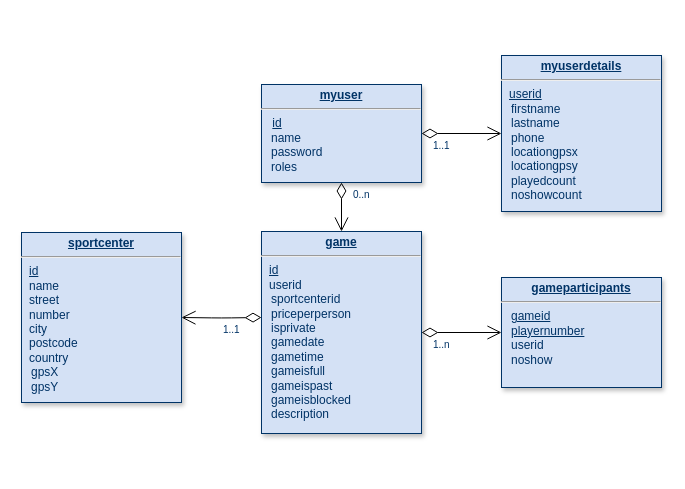
Earlier version of the draw.io diagram dbs schema.drawio (dicaros/BVapp). Source tidied: cells renumbered, new cells numbered last; positions are measured from the earlier drawing's top-left corner, leaving out a move shared by most shapes. Both pictures are drawn from the tidied source at 100%, with x=0, y=0 at pixel (21, 55).
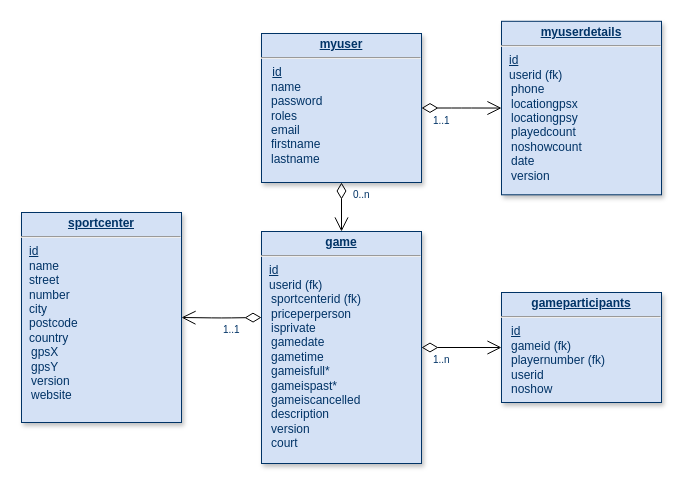
The same page after the edit.

Change to the diagram source:
```diff
@@
 <mxGraphModel background="#ffffff">
   <root>
     <mxCell id="0" />
     <mxCell id="1" parent="0" />
-    <mxCell id="2" value="&lt;p style=&quot;margin: 0px ; margin-top: 4px ; text-align: center ; text-decoration: underline&quot;&gt;&lt;strong&gt;game&lt;/strong&gt;&lt;/p&gt;&lt;hr&gt;&lt;p style=&quot;margin: 0px ; margin-left: 8px&quot;&gt;&lt;u&gt;id&lt;/u&gt;&lt;br&gt;&lt;/p&gt;&lt;p style=&quot;margin: 0px ; margin-left: 8px&quot;&gt;userid&lt;/p&gt;&lt;div&gt;&amp;nbsp;&amp;nbsp; sportcenterid&lt;/div&gt;&lt;div&gt;&amp;nbsp;&amp;nbsp; priceperperson&lt;br&gt;&lt;/div&gt;&lt;div&gt;&amp;nbsp;&amp;nbsp; isprivate&lt;/div&gt;&lt;div&gt;&amp;nbsp;&amp;nbsp; gamedate&lt;/div&gt;&lt;div&gt;&amp;nbsp;&amp;nbsp; gametime&lt;/div&gt;&lt;div&gt;&amp;nbsp;&amp;nbsp; gameisfull&lt;/div&gt;&lt;div&gt;&amp;nbsp;&amp;nbsp; gameispast&lt;/div&gt;&lt;div&gt;&amp;nbsp;&amp;nbsp; gameisblocked&lt;br&gt;&lt;/div&gt;&lt;div&gt;&amp;nbsp;&amp;nbsp; description&lt;br&gt;&lt;/div&gt;&lt;div&gt;&amp;nbsp;&amp;nbsp; &lt;br&gt;&lt;/div&gt;" style="verticalAlign=top;align=left;overflow=fill;fontSize=12;fontFamily=Helvetica;html=1;strokeColor=#003366;shadow=1;fillColor=#D4E1F5;fontColor=#003366;" parent="1" vertex="1">
-      <mxGeometry x="240" y="176" width="160" height="202" as="geometry" />
+    <mxCell id="2" value="&lt;p style=&quot;margin: 0px ; margin-top: 4px ; text-align: center ; text-decoration: underline&quot;&gt;&lt;strong&gt;game&lt;/strong&gt;&lt;/p&gt;&lt;hr&gt;&lt;p style=&quot;margin: 0px ; margin-left: 8px&quot;&gt;&lt;u&gt;id&lt;/u&gt;&lt;br&gt;&lt;/p&gt;&lt;p style=&quot;margin: 0px ; margin-left: 8px&quot;&gt;userid (fk)&lt;br&gt;&lt;/p&gt;&lt;div&gt;&amp;nbsp;&amp;nbsp; sportcenterid (fk)&lt;br&gt;&lt;/div&gt;&lt;div&gt;&amp;nbsp;&amp;nbsp; priceperperson&lt;br&gt;&lt;/div&gt;&lt;div&gt;&amp;nbsp;&amp;nbsp; isprivate&lt;/div&gt;&lt;div&gt;&amp;nbsp;&amp;nbsp; gamedate&lt;/div&gt;&lt;div&gt;&amp;nbsp;&amp;nbsp; gametime&lt;/div&gt;&lt;div&gt;&amp;nbsp;&amp;nbsp; gameisfull*&lt;/div&gt;&lt;div&gt;&amp;nbsp;&amp;nbsp; gameispast*&lt;/div&gt;&lt;div&gt;&amp;nbsp;&amp;nbsp; gameiscancelled&lt;br&gt;&lt;/div&gt;&lt;div&gt;&amp;nbsp;&amp;nbsp; description&lt;/div&gt;&lt;div&gt;&amp;nbsp;&amp;nbsp; version&lt;/div&gt;&lt;div&gt;&amp;nbsp;&amp;nbsp; court&lt;br&gt;&lt;/div&gt;&lt;div&gt;&amp;nbsp;&amp;nbsp; &lt;br&gt;&lt;/div&gt;" style="verticalAlign=top;align=left;overflow=fill;fontSize=12;fontFamily=Helvetica;html=1;strokeColor=#003366;shadow=1;fillColor=#D4E1F5;fontColor=#003366;" parent="1" vertex="1">
+      <mxGeometry x="240" y="176" width="160" height="232" as="geometry" />
     </mxCell>
-    <mxCell id="3" value="&lt;p style=&quot;margin: 0px ; margin-top: 4px ; text-align: center ; text-decoration: underline&quot;&gt;&lt;strong&gt;myuser&lt;br&gt;&lt;/strong&gt;&lt;/p&gt;&lt;hr&gt;&lt;p style=&quot;margin: 0px ; margin-left: 8px&quot;&gt;&lt;i&gt;&amp;nbsp;&lt;/i&gt;&lt;u&gt;id&lt;/u&gt;&lt;/p&gt;&lt;div&gt;&amp;nbsp;&amp;nbsp; name&lt;/div&gt;&lt;div&gt;&amp;nbsp;&amp;nbsp; password&lt;br&gt;&lt;/div&gt;&lt;div&gt;&amp;nbsp;&amp;nbsp; roles&lt;/div&gt;" style="verticalAlign=top;align=left;overflow=fill;fontSize=12;fontFamily=Helvetica;html=1;strokeColor=#003366;shadow=1;fillColor=#D4E1F5;fontColor=#003366;" parent="1" vertex="1">
-      <mxGeometry x="240" y="29" width="160" height="98" as="geometry" />
+    <mxCell id="3" value="&lt;p style=&quot;margin: 0px ; margin-top: 4px ; text-align: center ; text-decoration: underline&quot;&gt;&lt;strong&gt;myuser&lt;br&gt;&lt;/strong&gt;&lt;/p&gt;&lt;hr&gt;&lt;p style=&quot;margin: 0px ; margin-left: 8px&quot;&gt;&lt;i&gt;&amp;nbsp;&lt;/i&gt;&lt;u&gt;id&lt;/u&gt;&lt;/p&gt;&lt;div&gt;&amp;nbsp;&amp;nbsp; name&lt;/div&gt;&lt;div&gt;&amp;nbsp;&amp;nbsp; password&lt;br&gt;&lt;/div&gt;&lt;div&gt;&amp;nbsp;&amp;nbsp; roles&lt;/div&gt;&lt;div&gt;&amp;nbsp;&amp;nbsp; email&lt;/div&gt;&lt;div&gt;&amp;nbsp;&amp;nbsp; firstname&lt;/div&gt;&lt;div&gt;&amp;nbsp;&amp;nbsp; lastname&lt;br&gt;&lt;/div&gt;" style="verticalAlign=top;align=left;overflow=fill;fontSize=12;fontFamily=Helvetica;html=1;strokeColor=#003366;shadow=1;fillColor=#D4E1F5;fontColor=#003366;" parent="1" vertex="1">
+      <mxGeometry x="240" y="-22" width="160" height="149" as="geometry" />
     </mxCell>
     <mxCell id="4" style="endArrow=open;endSize=12;startArrow=diamondThin;startSize=14;startFill=0;edgeStyle=orthogonalEdgeStyle;" parent="1" edge="1" source="3" target="2">
       <mxGeometry x="19" y="368" as="geometry" />
     </mxCell>
     <mxCell id="5" value="0..n" style="align=left;verticalAlign=top;labelBackgroundColor=#ffffff;fontSize=10;strokeColor=#003366;shadow=1;fillColor=#D4E1F5;fontColor=#003366;" parent="4" vertex="1">
       <mxGeometry x="-1" relative="1" as="geometry">
         <mxPoint x="10" as="offset" />
       </mxGeometry>
     </mxCell>
-    <mxCell id="6" value="&lt;p style=&quot;margin: 0px ; margin-top: 4px ; text-align: center ; text-decoration: underline&quot;&gt;&lt;strong&gt;gameparticipants&lt;/strong&gt;&lt;/p&gt;&lt;hr&gt;&lt;div&gt;&amp;nbsp;&amp;nbsp; &lt;u&gt;gameid&lt;/u&gt;&lt;/div&gt;&lt;div&gt;&amp;nbsp;&amp;nbsp; &lt;u&gt;playernumber&lt;/u&gt;&lt;/div&gt;&lt;div&gt;&amp;nbsp;&amp;nbsp; userid&lt;/div&gt;&lt;div&gt;&amp;nbsp;&amp;nbsp; noshow&lt;br&gt;&lt;/div&gt;&lt;div&gt;&amp;nbsp;&amp;nbsp; &lt;br&gt;&lt;/div&gt;" style="verticalAlign=top;align=left;overflow=fill;fontSize=12;fontFamily=Helvetica;html=1;strokeColor=#003366;shadow=1;fillColor=#D4E1F5;fontColor=#003366;" parent="1" vertex="1">
-      <mxGeometry x="480" y="222" width="160" height="110" as="geometry" />
+    <mxCell id="6" value="&lt;p style=&quot;margin: 0px ; margin-top: 4px ; text-align: center ; text-decoration: underline&quot;&gt;&lt;strong&gt;gameparticipants&lt;/strong&gt;&lt;/p&gt;&lt;hr&gt;&lt;div&gt;&amp;nbsp;&amp;nbsp; &lt;u&gt;id&lt;br&gt;&lt;/u&gt;&lt;/div&gt;&lt;div&gt;&amp;nbsp;&amp;nbsp; gameid (fk)&lt;u&gt;&lt;br&gt;&lt;/u&gt;&lt;/div&gt;&lt;div&gt;&amp;nbsp;&amp;nbsp; playernumber (fk)&lt;u&gt;&lt;br&gt;&lt;/u&gt;&lt;/div&gt;&lt;div&gt;&amp;nbsp;&amp;nbsp; userid&lt;/div&gt;&lt;div&gt;&amp;nbsp;&amp;nbsp; noshow&lt;br&gt;&lt;/div&gt;&lt;div&gt;&amp;nbsp;&amp;nbsp; &lt;br&gt;&lt;/div&gt;" style="verticalAlign=top;align=left;overflow=fill;fontSize=12;fontFamily=Helvetica;html=1;strokeColor=#003366;shadow=1;fillColor=#D4E1F5;fontColor=#003366;" parent="1" vertex="1">
+      <mxGeometry x="480" y="237" width="160" height="110" as="geometry" />
     </mxCell>
     <mxCell id="7" style="endArrow=open;endSize=12;startArrow=diamondThin;startSize=14;startFill=0;edgeStyle=orthogonalEdgeStyle;entryX=0;entryY=0.5;entryDx=0;entryDy=0;exitX=1;exitY=0.5;exitDx=0;exitDy=0;" parent="1" edge="1" source="2" target="6">
       <mxGeometry x="29" y="378" as="geometry" />
     </mxCell>
     <mxCell id="8" value="1..n" style="align=left;verticalAlign=top;labelBackgroundColor=#ffffff;fontSize=10;strokeColor=#003366;shadow=1;fillColor=#D4E1F5;fontColor=#003366;" parent="7" vertex="1">
       <mxGeometry x="-1" relative="1" as="geometry">
         <mxPoint x="10" as="offset" />
       </mxGeometry>
     </mxCell>
-    <mxCell id="9" value="&lt;p style=&quot;margin: 0px ; margin-top: 4px ; text-align: center ; text-decoration: underline&quot;&gt;&lt;strong&gt;sportcenter&lt;/strong&gt;&lt;/p&gt;&lt;hr&gt;&lt;p style=&quot;margin: 0px ; margin-left: 8px&quot;&gt;&lt;u&gt;id&lt;/u&gt;&lt;/p&gt;&lt;p style=&quot;margin: 0px ; margin-left: 8px&quot;&gt;name&lt;/p&gt;&lt;p style=&quot;margin: 0px ; margin-left: 8px&quot;&gt;street&lt;/p&gt;&lt;p style=&quot;margin: 0px ; margin-left: 8px&quot;&gt;number&lt;br&gt;&lt;/p&gt;&lt;p style=&quot;margin: 0px ; margin-left: 8px&quot;&gt;city&lt;/p&gt;&lt;p style=&quot;margin: 0px ; margin-left: 8px&quot;&gt;postcode&lt;/p&gt;&lt;p style=&quot;margin: 0px ; margin-left: 8px&quot;&gt;country&lt;br&gt;&lt;/p&gt;&amp;nbsp;&amp;nbsp; gpsX&lt;div&gt;&amp;nbsp;&amp;nbsp; gpsY&lt;/div&gt;&lt;div&gt;&amp;nbsp;&amp;nbsp; &lt;br&gt;&lt;/div&gt;&lt;div&gt;&amp;nbsp;&amp;nbsp; &lt;br&gt;&lt;/div&gt;" style="verticalAlign=top;align=left;overflow=fill;fontSize=12;fontFamily=Helvetica;html=1;strokeColor=#003366;shadow=1;fillColor=#D4E1F5;fontColor=#003366;" parent="1" vertex="1">
-      <mxGeometry y="177" width="160" height="170" as="geometry" />
+    <mxCell id="9" value="&lt;p style=&quot;margin: 0px ; margin-top: 4px ; text-align: center ; text-decoration: underline&quot;&gt;&lt;strong&gt;sportcenter&lt;/strong&gt;&lt;/p&gt;&lt;hr&gt;&lt;p style=&quot;margin: 0px ; margin-left: 8px&quot;&gt;&lt;u&gt;id&lt;/u&gt;&lt;/p&gt;&lt;p style=&quot;margin: 0px ; margin-left: 8px&quot;&gt;name&lt;/p&gt;&lt;p style=&quot;margin: 0px ; margin-left: 8px&quot;&gt;street&lt;/p&gt;&lt;p style=&quot;margin: 0px ; margin-left: 8px&quot;&gt;number&lt;br&gt;&lt;/p&gt;&lt;p style=&quot;margin: 0px ; margin-left: 8px&quot;&gt;city&lt;/p&gt;&lt;p style=&quot;margin: 0px ; margin-left: 8px&quot;&gt;postcode&lt;/p&gt;&lt;p style=&quot;margin: 0px ; margin-left: 8px&quot;&gt;country&lt;br&gt;&lt;/p&gt;&amp;nbsp;&amp;nbsp; gpsX&lt;div&gt;&amp;nbsp;&amp;nbsp; gpsY&lt;/div&gt;&lt;div&gt;&amp;nbsp;&amp;nbsp; version&lt;/div&gt;&lt;div&gt;&amp;nbsp;&amp;nbsp; website&lt;br&gt;&lt;/div&gt;&lt;div&gt;&amp;nbsp;&amp;nbsp; &lt;br&gt;&lt;/div&gt;&lt;div&gt;&amp;nbsp;&amp;nbsp; &lt;br&gt;&lt;/div&gt;" style="verticalAlign=top;align=left;overflow=fill;fontSize=12;fontFamily=Helvetica;html=1;strokeColor=#003366;shadow=1;fillColor=#D4E1F5;fontColor=#003366;" parent="1" vertex="1">
+      <mxGeometry y="157" width="160" height="210" as="geometry" />
     </mxCell>
-    <mxCell id="10" value="&lt;p style=&quot;margin: 0px ; margin-top: 4px ; text-align: center ; text-decoration: underline&quot;&gt;&lt;strong&gt;myuserdetails&lt;/strong&gt;&lt;/p&gt;&lt;hr&gt;&lt;p style=&quot;margin: 0px ; margin-left: 8px&quot;&gt;&lt;u&gt;user&lt;/u&gt;&lt;u&gt;id&lt;/u&gt;&lt;/p&gt;&lt;div&gt;&amp;nbsp;&amp;nbsp; firstname&lt;/div&gt;&lt;div&gt;&amp;nbsp;&amp;nbsp; lastname&lt;/div&gt;&lt;div&gt;&amp;nbsp;&amp;nbsp; phone&lt;br&gt;&lt;/div&gt;&lt;div&gt;&amp;nbsp;&amp;nbsp; locationgpsx&lt;br&gt;&lt;/div&gt;&lt;div&gt;&amp;nbsp;&amp;nbsp; locationgpsy&lt;/div&gt;&lt;div&gt;&amp;nbsp;&amp;nbsp; playedcount&lt;/div&gt;&lt;div&gt;&amp;nbsp;&amp;nbsp; noshowcount&lt;br&gt;&lt;/div&gt;" style="verticalAlign=top;align=left;overflow=fill;fontSize=12;fontFamily=Helvetica;html=1;strokeColor=#003366;shadow=1;fillColor=#D4E1F5;fontColor=#003366;" parent="1" vertex="1">
-      <mxGeometry x="480" width="160" height="156" as="geometry" />
+    <mxCell id="10" value="&lt;p style=&quot;margin: 0px ; margin-top: 4px ; text-align: center ; text-decoration: underline&quot;&gt;&lt;strong&gt;myuserdetails&lt;/strong&gt;&lt;/p&gt;&lt;hr&gt;&lt;p style=&quot;margin: 0px ; margin-left: 8px&quot;&gt;&lt;u&gt;id&lt;br&gt;&lt;/u&gt;&lt;/p&gt;&lt;p style=&quot;margin: 0px ; margin-left: 8px&quot;&gt;userid (fk)&lt;br&gt;&lt;/p&gt;&amp;nbsp;&amp;nbsp; phone&lt;br&gt;&lt;div&gt;&amp;nbsp;&amp;nbsp; locationgpsx&lt;br&gt;&lt;/div&gt;&lt;div&gt;&amp;nbsp;&amp;nbsp; locationgpsy&lt;/div&gt;&lt;div&gt;&amp;nbsp;&amp;nbsp; playedcount&lt;/div&gt;&lt;div&gt;&amp;nbsp;&amp;nbsp; noshowcount&lt;/div&gt;&lt;div&gt;&amp;nbsp;&amp;nbsp; date&lt;/div&gt;&lt;div&gt;&amp;nbsp;&amp;nbsp; version&lt;br&gt;&lt;/div&gt;" style="verticalAlign=top;align=left;overflow=fill;fontSize=12;fontFamily=Helvetica;html=1;strokeColor=#003366;shadow=1;fillColor=#D4E1F5;fontColor=#003366;" parent="1" vertex="1">
+      <mxGeometry x="480" y="-34.2" width="160" height="173.5" as="geometry" />
     </mxCell>
     <mxCell id="11" style="endArrow=open;endSize=12;startArrow=diamondThin;startSize=14;startFill=0;edgeStyle=orthogonalEdgeStyle;exitX=1;exitY=0.5;exitDx=0;exitDy=0;entryX=0;entryY=0.5;entryDx=0;entryDy=0;" parent="1" edge="1" source="3" target="10">
       <mxGeometry x="29" y="378" as="geometry" />
     </mxCell>
     <mxCell id="12" value="1..1" style="align=left;verticalAlign=top;labelBackgroundColor=#ffffff;fontSize=10;strokeColor=#003366;shadow=1;fillColor=#D4E1F5;fontColor=#003366;" parent="11" vertex="1">
       <mxGeometry x="-1" relative="1" as="geometry">
         <mxPoint x="10" as="offset" />
       </mxGeometry>
     </mxCell>
     <mxCell id="13" style="endArrow=open;endSize=12;startArrow=diamondThin;startSize=14;startFill=0;edgeStyle=orthogonalEdgeStyle;entryX=1;entryY=0.5;entryDx=0;entryDy=0;" parent="1" edge="1" target="9">
       <mxGeometry x="-180" y="364" as="geometry">
         <mxPoint x="240" y="262" as="sourcePoint" />
       </mxGeometry>
     </mxCell>
     <mxCell id="14" value="1..1" style="align=left;verticalAlign=top;labelBackgroundColor=#ffffff;fontSize=10;strokeColor=#003366;shadow=1;fillColor=#D4E1F5;fontColor=#003366;" parent="13" vertex="1">
       <mxGeometry x="-1" relative="1" as="geometry">
         <mxPoint x="-40" as="offset" />
       </mxGeometry>
     </mxCell>
   </root>
 </mxGraphModel>
```
